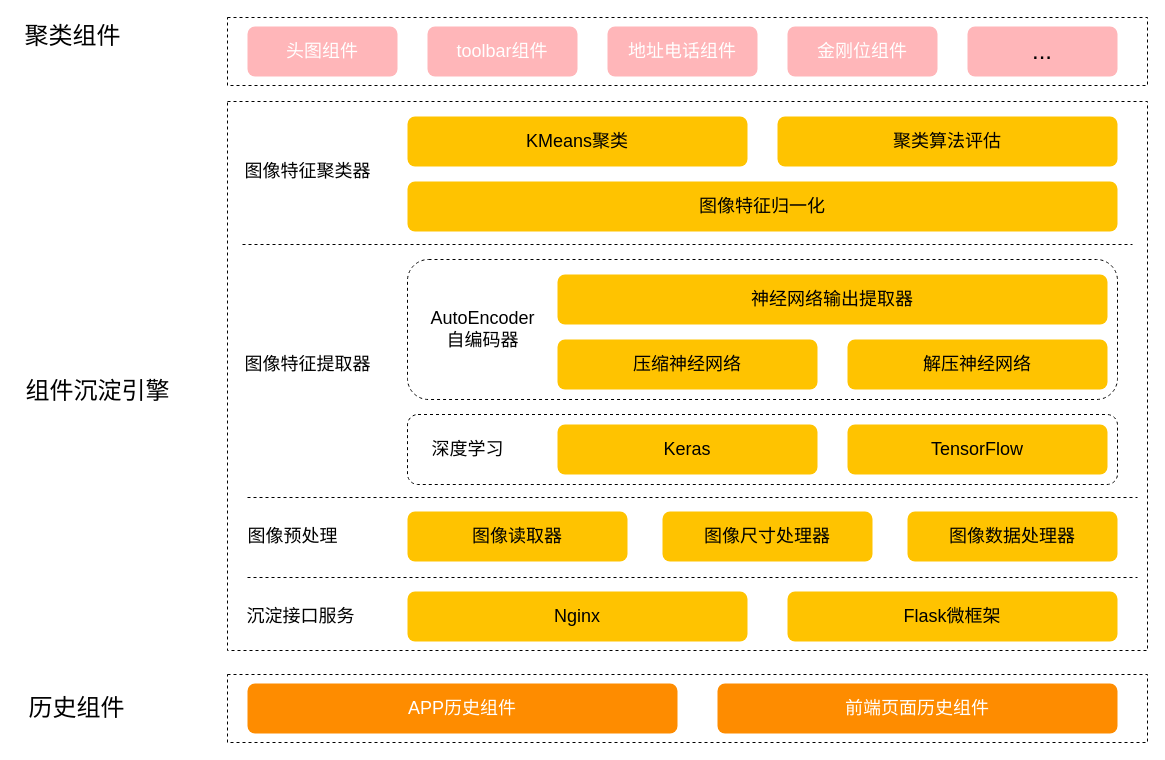
Above: page "Page-29" (26 of 26) of 频道首页执行流程.drawio in hpk1994/shophome (draw.io), before the change. Source tidied: cells renumbered, new cells numbered last; positions are measured from the earlier drawing's top-left corner, leaving out a move shared by most shapes. Both pictures are drawn from the tidied source at 100%, with x=0, y=0 at pixel (17, 17).
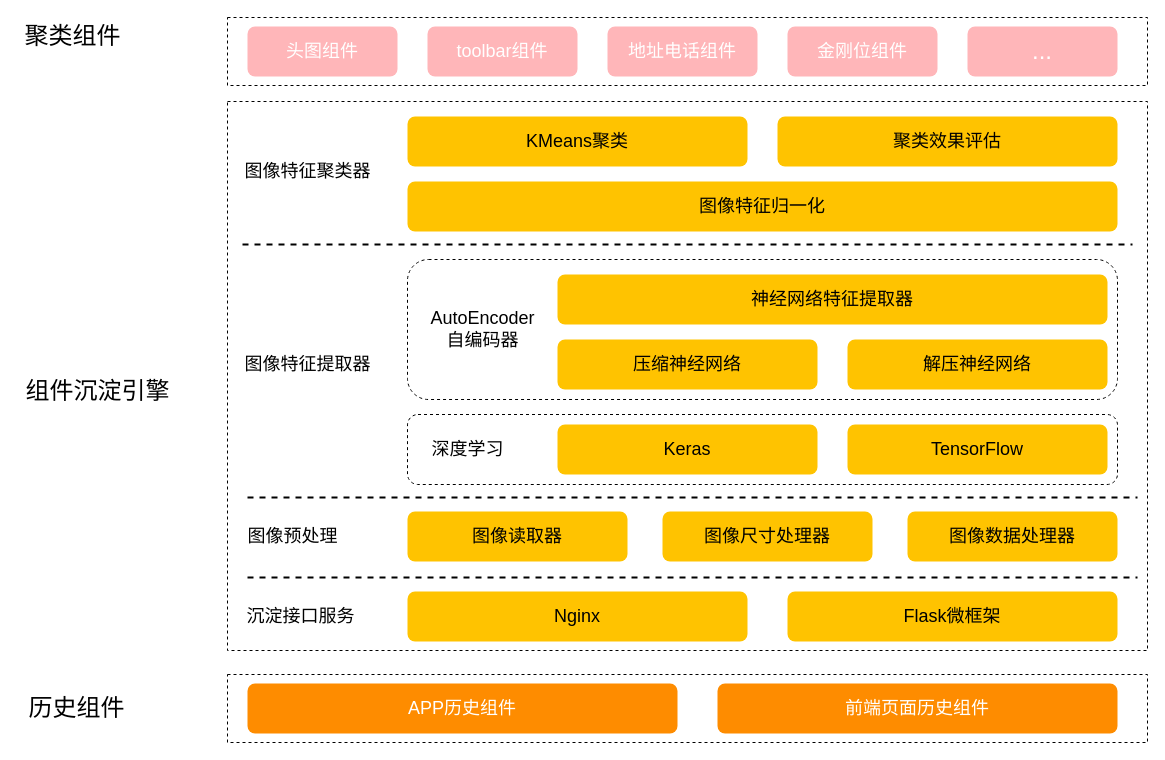
After the change.

Commit message:
Update 频道首页执行流程.drawio

Diff of the diagram source:
```diff
@@
-    <mxCell id="22" value="&lt;font style=&quot;font-size: 18px&quot;&gt;聚类算法评估&lt;/font&gt;" style="rounded=1;whiteSpace=wrap;html=1;fillColor=#FFC300;strokeColor=none;" parent="1" vertex="1">
+    <mxCell id="22" value="&lt;font style=&quot;font-size: 18px&quot;&gt;聚类效果评估&lt;/font&gt;" style="rounded=1;whiteSpace=wrap;html=1;fillColor=#FFC300;strokeColor=none;" parent="1" vertex="1">
       <mxGeometry x="760" y="99" width="340" height="50" as="geometry" />
     </mxCell>
@@
-    <mxCell id="27" value="&lt;span style=&quot;font-size: 18px&quot;&gt;神经网络输出提取器&lt;/span&gt;" style="rounded=1;whiteSpace=wrap;html=1;fillColor=#FFC300;strokeColor=none;" parent="1" vertex="1">
+    <mxCell id="27" value="&lt;span style=&quot;font-size: 18px&quot;&gt;神经网络特征提取器&lt;/span&gt;" style="rounded=1;whiteSpace=wrap;html=1;fillColor=#FFC300;strokeColor=none;" parent="1" vertex="1">
       <mxGeometry x="540" y="257" width="550" height="50" as="geometry" />
     </mxCell>
@@
-    <mxCell id="29" style="endArrow=none;dashed=1;html=1;strokeWidth=1;" parent="1" edge="1">
+    <mxCell id="29" style="endArrow=none;dashed=1;html=1;strokeWidth=2;" parent="1" edge="1">
       <mxGeometry relative="1" as="geometry">
         <mxPoint x="230" y="560" as="sourcePoint" />
         <mxPoint x="1120" y="560" as="targetPoint" />
       </mxGeometry>
     </mxCell>
-    <mxCell id="30" style="endArrow=none;dashed=1;html=1;strokeWidth=1;" parent="1" edge="1">
+    <mxCell id="30" style="endArrow=none;dashed=1;html=1;strokeWidth=2;" parent="1" edge="1">
       <mxGeometry relative="1" as="geometry">
         <mxPoint x="230" y="480" as="sourcePoint" />
         <mxPoint x="1120" y="480" as="targetPoint" />
       </mxGeometry>
     </mxCell>
@@
-    <mxCell id="33" style="endArrow=none;dashed=1;html=1;strokeWidth=1;" parent="1" edge="1">
+    <mxCell id="33" style="endArrow=none;dashed=1;html=1;strokeWidth=2;" parent="1" edge="1">
       <mxGeometry relative="1" as="geometry">
         <mxPoint x="225" y="227" as="sourcePoint" />
         <mxPoint x="1115" y="227" as="targetPoint" />
       </mxGeometry>
     </mxCell>
@@
-    <mxCell id="38" value="&lt;font style=&quot;font-size: 24px&quot;&gt;...&lt;/font&gt;" style="rounded=1;whiteSpace=wrap;html=1;fillColor=#FFB6B9;strokeColor=none;" parent="1" vertex="1">
+    <mxCell id="38" value="&lt;font style=&quot;font-size: 24px&quot; color=&quot;#ffffff&quot;&gt;...&lt;/font&gt;" style="rounded=1;whiteSpace=wrap;html=1;fillColor=#FFB6B9;strokeColor=none;" parent="1" vertex="1">
       <mxGeometry x="950" y="9" width="150" height="50" as="geometry" />
     </mxCell>
```
